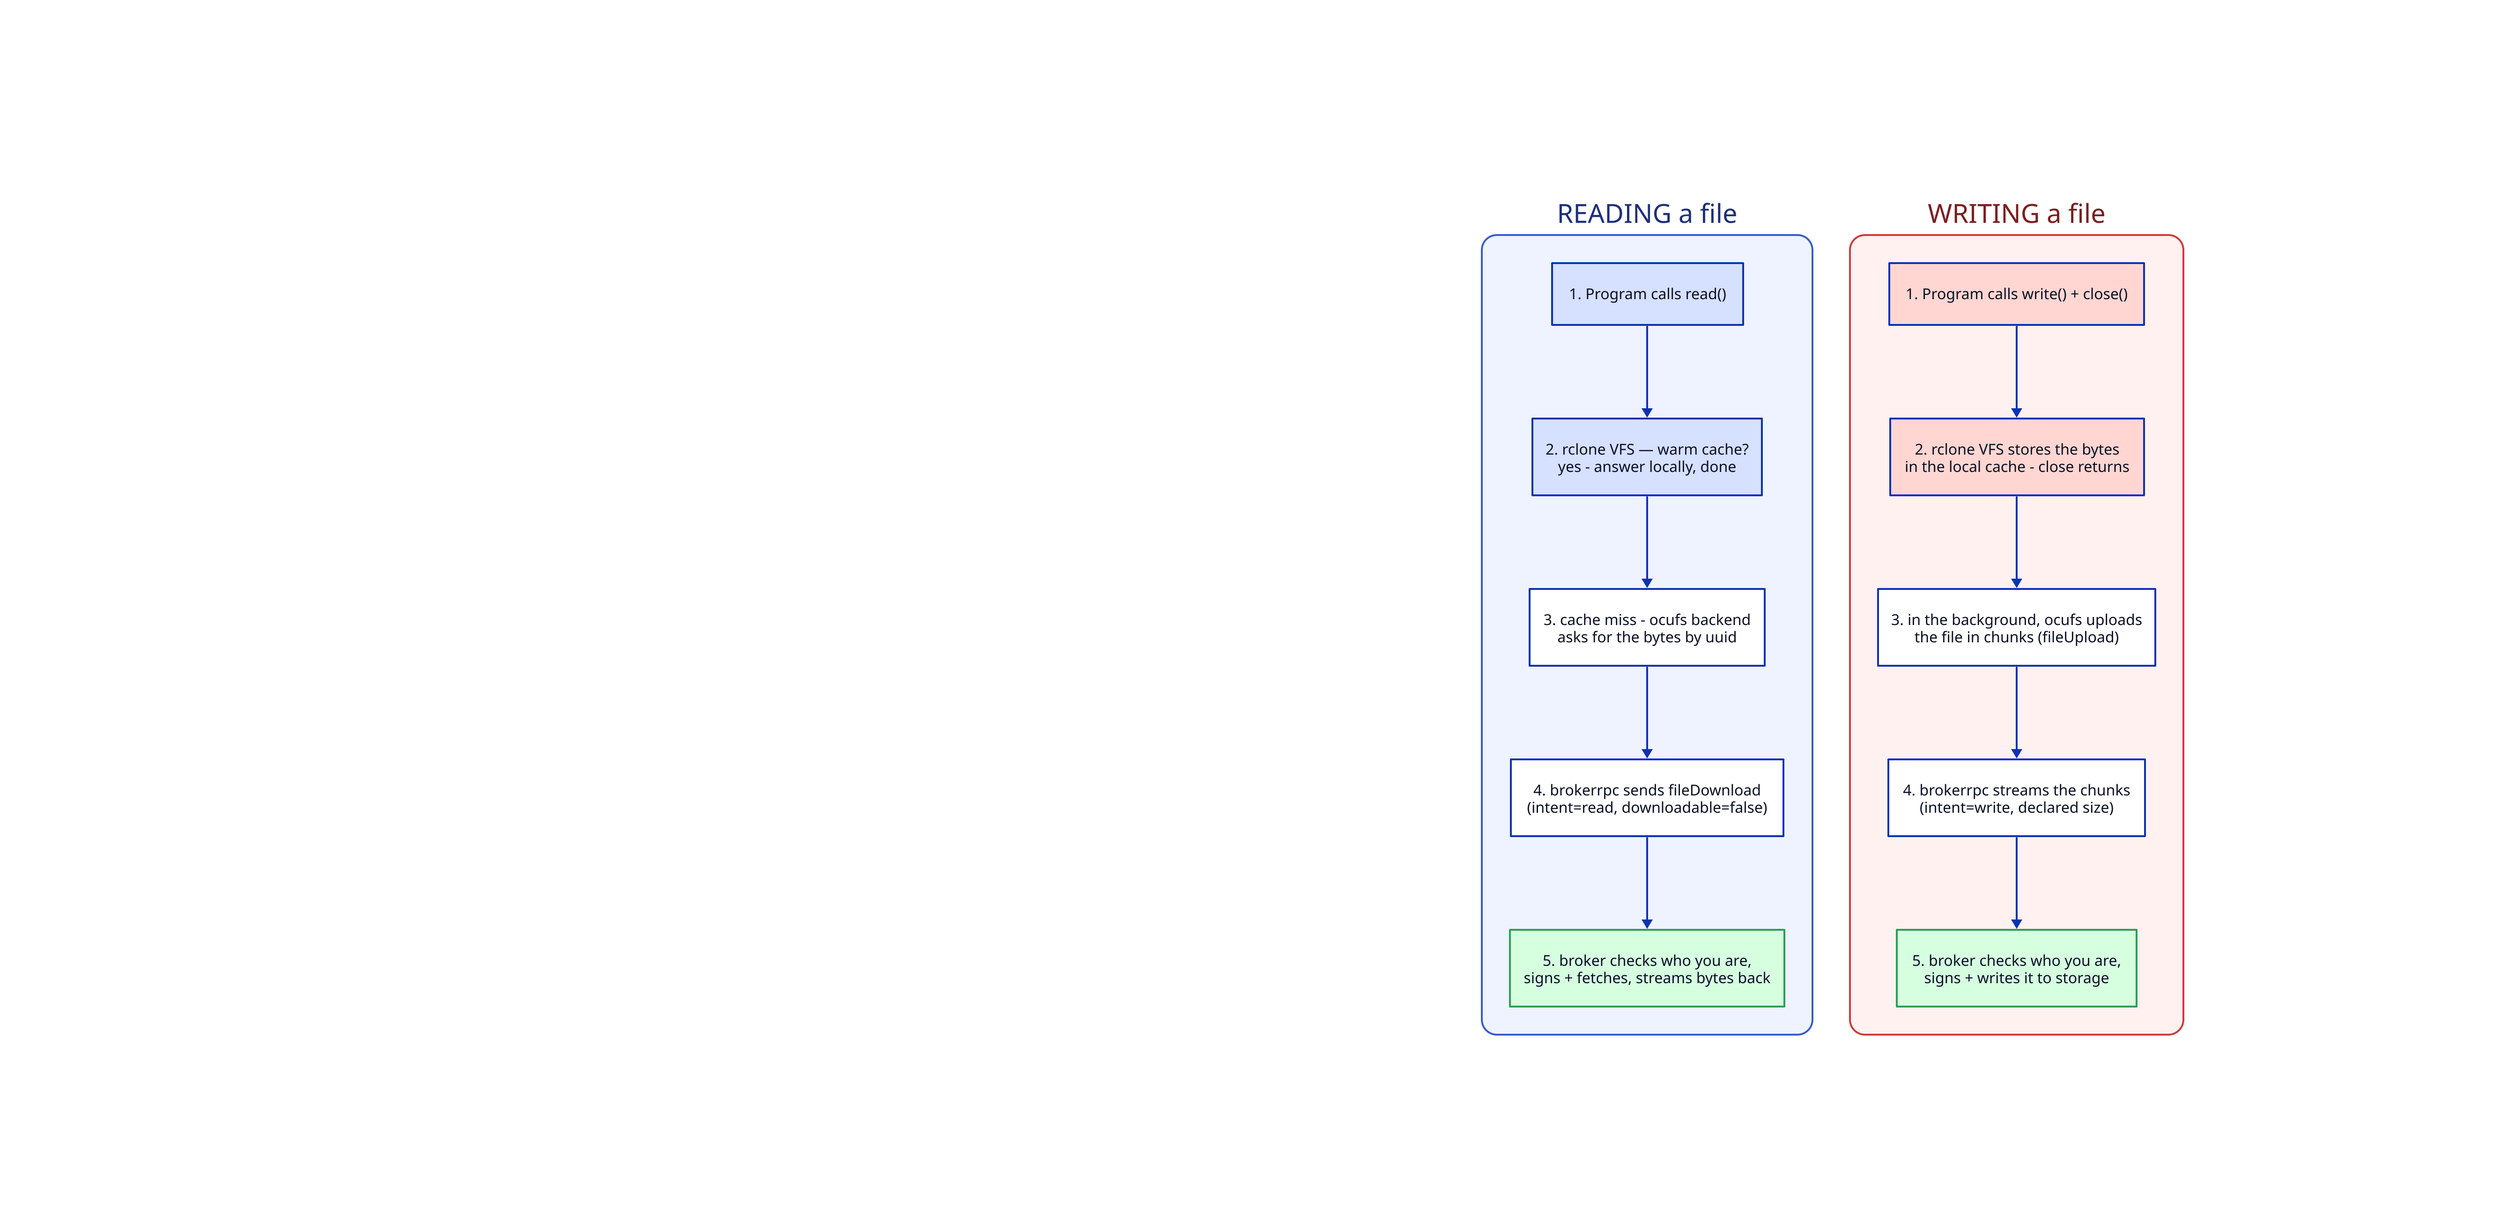
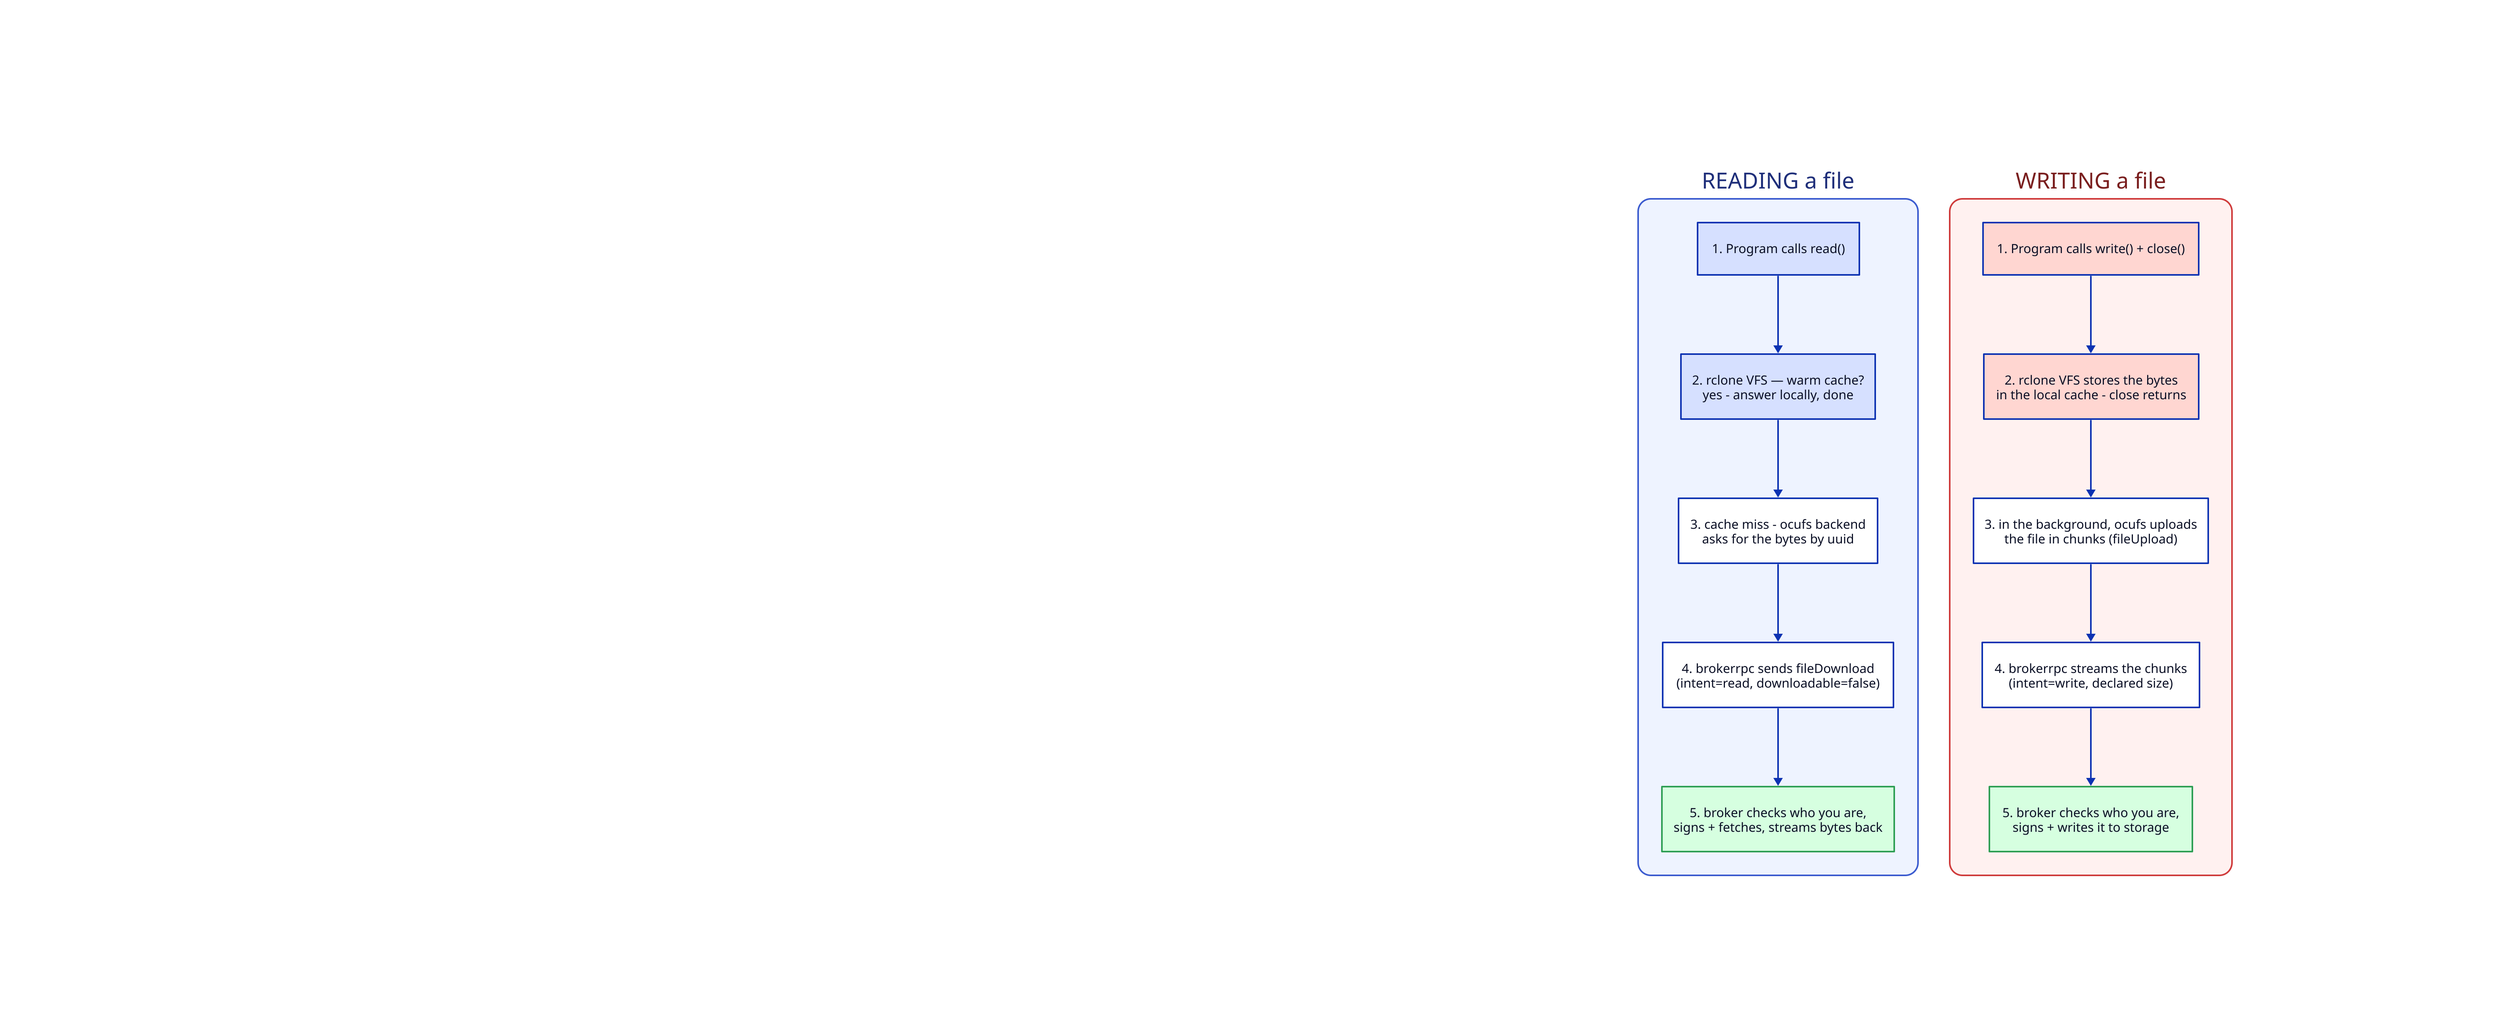
# SPDX-License-Identifier: FSL-1.1-Apache-2.0
# Copyright (c) 2025 Open Computer Use Contributors
#
# A file's journey: what happens when the guest reads or writes a file.
# Render: d2 docs/diagrams/02-file-path.d2 docs/diagrams/02-file-path.svg

title: |md
  # A file's journey — from the guest to durable storage
| {near: top-center; style.font-size: 28}

explanation: |md
  A guest program just reads and writes files like normal.
  Underneath, this binary turns each operation into one broker call.
-   **The bytes only ever travel through one unix socket, and the guest never holds a key.**
+   **The bytes travel outbound over HTTPS to the egress edge, which exchanges the guest's edge-only JWT for the real credential; the guest never holds a backend key.**
| {near: top-left; style: {fill: "#fafafa"; stroke: "#bbb"; font-size: 14}}

read: "READING a file" {
  style: {fill: "#eef3ff"; stroke: "#3b5bcf"; stroke-width: 2; border-radius: 16; font-color: "#1f2f7a"}
  direction: down
  r1: "1. Program calls read()" {style.fill: "#d6e0ff"}
  r2: "2. rclone VFS — warm cache?\nyes - answer locally, done" {style.fill: "#d6e0ff"}
  r3: "3. cache miss - ocufs backend\nasks for the bytes by uuid" {style.fill: "#ffffff"}
  r4: "4. brokerrpc sends fileDownload\n(intent=read, downloadable=false)" {style.fill: "#ffffff"}
  r5: "5. broker checks who you are,\nsigns + fetches, streams bytes back" {style: {fill: "#d6ffe0"; stroke: "#2e9e54"}}
  r1 -> r2 -> r3 -> r4 -> r5
}

write: "WRITING a file" {
  style: {fill: "#fff1f0"; stroke: "#cf3b3b"; stroke-width: 2; border-radius: 16; font-color: "#7a1f1f"}
  direction: down
  w1: "1. Program calls write() + close()" {style.fill: "#ffd6d1"}
  w2: "2. rclone VFS stores the bytes\nin the local cache - close returns" {style.fill: "#ffd6d1"}
  w3: "3. in the background, ocufs uploads\nthe file in chunks (fileUpload)" {style.fill: "#ffffff"}
  w4: "4. brokerrpc streams the chunks\n(intent=write, declared size)" {style.fill: "#ffffff"}
  w5: "5. broker checks who you are,\nsigns + writes it to storage" {style: {fill: "#d6ffe0"; stroke: "#2e9e54"}}
  w1 -> w2 -> w3 -> w4 -> w5
}

notes: |md
  **Two things worth knowing**
  - A warm read never leaves the guest — that is why the end-to-end gate proves
    the broker path by reading the broker's own store, not the local cache.
  - If the broker is throttling, the upload backs off and retries — the bytes are
    never lost, just delayed (SEC-46).
| {near: bottom-center; style: {fill: "#fffbe6"; stroke: "#d4a017"; font-size: 13}}
